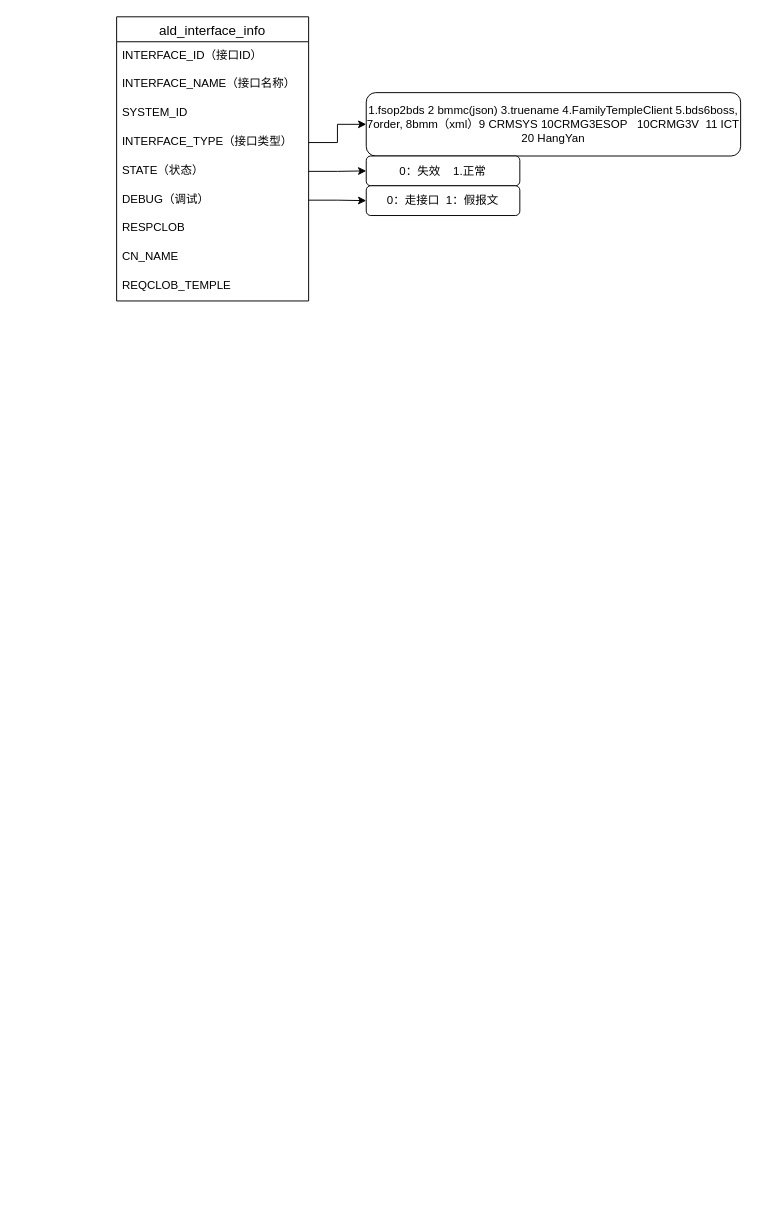
Above: newland.drawio in cuitao1998/diagram (draw.io), before the change. Source tidied: cells renumbered, new cells numbered last; positions are measured from the earlier drawing's top-left corner, leaving out a move shared by most shapes. Both pictures are drawn from the tidied source at 96%, with x=0, y=0 at pixel (116, 16).
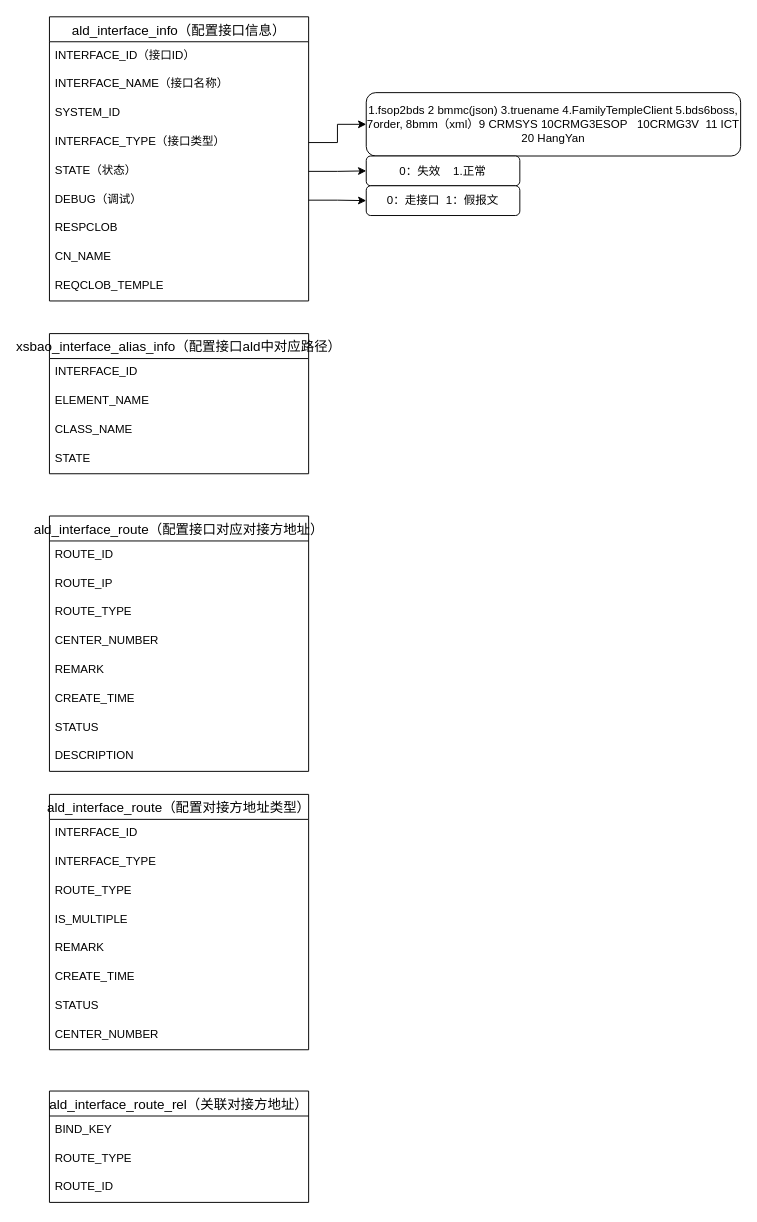
The same diagram, later.

What changed in the source:
```diff
@@
-    <mxCell id="2" value="ald_interface_info" style="swimlane;fontStyle=0;horizontal=1;startSize=26;align=center;fontSize=14;" parent="1" vertex="1">
-      <mxGeometry width="200" height="296" as="geometry" />
+    <mxCell id="2" value="ald_interface_info（配置接口信息）" style="swimlane;fontStyle=0;horizontal=1;startSize=26;align=center;fontSize=14;" parent="1" vertex="1">
+      <mxGeometry x="-70" width="270" height="296" as="geometry" />
     </mxCell>
     <mxCell id="3" value="INTERFACE_ID（接口ID）" style="text;strokeColor=none;fillColor=none;spacingLeft=4;spacingRight=4;overflow=hidden;fontSize=12;" parent="2" vertex="1">
-      <mxGeometry y="26" width="200" height="30" as="geometry" />
+      <mxGeometry y="26" width="270" height="30" as="geometry" />
     </mxCell>
     <mxCell id="4" value="INTERFACE_NAME（接口名称）" style="text;strokeColor=none;fillColor=none;spacingLeft=4;spacingRight=4;overflow=hidden;fontSize=12;" parent="2" vertex="1">
-      <mxGeometry y="56" width="200" height="30" as="geometry" />
+      <mxGeometry y="56" width="270" height="30" as="geometry" />
     </mxCell>
     <mxCell id="5" value="SYSTEM_ID" style="text;strokeColor=none;fillColor=none;spacingLeft=4;spacingRight=4;overflow=hidden;fontSize=12;" parent="2" vertex="1">
-      <mxGeometry y="86" width="200" height="30" as="geometry" />
+      <mxGeometry y="86" width="270" height="30" as="geometry" />
     </mxCell>
     <mxCell id="6" value="INTERFACE_TYPE（接口类型）" style="text;strokeColor=none;fillColor=none;spacingLeft=4;spacingRight=4;overflow=hidden;points=[[0,0.5],[1,0.5]];portConstraint=eastwest;fontSize=12;" parent="2" vertex="1">
-      <mxGeometry y="116" width="200" height="30" as="geometry" />
+      <mxGeometry y="116" width="270" height="30" as="geometry" />
     </mxCell>
     <mxCell id="7" value="STATE（状态）" style="text;strokeColor=none;fillColor=none;spacingLeft=4;spacingRight=4;overflow=hidden;points=[[0,0.5],[1,0.5]];portConstraint=eastwest;fontSize=12;" parent="2" vertex="1">
-      <mxGeometry y="146" width="200" height="30" as="geometry" />
+      <mxGeometry y="146" width="270" height="30" as="geometry" />
     </mxCell>
     <mxCell id="8" value="DEBUG（调试）" style="text;strokeColor=none;fillColor=none;spacingLeft=4;spacingRight=4;overflow=hidden;points=[[0,0.5],[1,0.5]];portConstraint=eastwest;fontSize=12;" parent="2" vertex="1">
-      <mxGeometry y="176" width="200" height="30" as="geometry" />
+      <mxGeometry y="176" width="270" height="30" as="geometry" />
     </mxCell>
     <mxCell id="9" value="RESPCLOB" style="text;strokeColor=none;fillColor=none;spacingLeft=4;spacingRight=4;overflow=hidden;fontSize=12;" parent="2" vertex="1">
-      <mxGeometry y="206" width="200" height="30" as="geometry" />
+      <mxGeometry y="206" width="270" height="30" as="geometry" />
     </mxCell>
     <mxCell id="10" value="CN_NAME" style="text;strokeColor=none;fillColor=none;spacingLeft=4;spacingRight=4;overflow=hidden;fontSize=12;" parent="2" vertex="1">
-      <mxGeometry y="236" width="200" height="30" as="geometry" />
+      <mxGeometry y="236" width="270" height="30" as="geometry" />
     </mxCell>
     <mxCell id="11" value="REQCLOB_TEMPLE" style="text;strokeColor=none;fillColor=none;spacingLeft=4;spacingRight=4;overflow=hidden;fontSize=12;" parent="2" vertex="1">
-      <mxGeometry y="266" width="200" height="30" as="geometry" />
+      <mxGeometry y="266" width="270" height="30" as="geometry" />
     </mxCell>
@@
+    <mxCell id="18" value="xsbao_interface_alias_info（配置接口ald中对应路径）" style="swimlane;fontStyle=0;horizontal=1;startSize=26;align=center;fontSize=14;" parent="1" vertex="1">
+      <mxGeometry x="-70" y="330" width="270" height="146" as="geometry" />
+    </mxCell>
+    <mxCell id="19" value="INTERFACE_ID" style="text;strokeColor=none;fillColor=none;spacingLeft=4;spacingRight=4;overflow=hidden;fontSize=12;" parent="18" vertex="1">
+      <mxGeometry y="26" width="270" height="30" as="geometry" />
+    </mxCell>
+    <mxCell id="20" value="ELEMENT_NAME" style="text;strokeColor=none;fillColor=none;spacingLeft=4;spacingRight=4;overflow=hidden;fontSize=12;" parent="18" vertex="1">
+      <mxGeometry y="56" width="270" height="30" as="geometry" />
+    </mxCell>
+    <mxCell id="21" value="CLASS_NAME" style="text;strokeColor=none;fillColor=none;spacingLeft=4;spacingRight=4;overflow=hidden;fontSize=12;" parent="18" vertex="1">
+      <mxGeometry y="86" width="270" height="30" as="geometry" />
+    </mxCell>
+    <mxCell id="22" value="STATE" style="text;strokeColor=none;fillColor=none;spacingLeft=4;spacingRight=4;overflow=hidden;fontSize=12;" parent="18" vertex="1">
+      <mxGeometry y="116" width="270" height="30" as="geometry" />
+    </mxCell>
+    <mxCell id="23" value="ald_interface_route（配置接口对应对接方地址）" style="swimlane;fontStyle=0;horizontal=1;startSize=26;align=center;fontSize=14;" parent="1" vertex="1">
+      <mxGeometry x="-70" y="520" width="270" height="266" as="geometry" />
+    </mxCell>
+    <mxCell id="24" value="ROUTE_ID" style="text;strokeColor=none;fillColor=none;spacingLeft=4;spacingRight=4;overflow=hidden;fontSize=12;" parent="23" vertex="1">
+      <mxGeometry y="26" width="270" height="30" as="geometry" />
+    </mxCell>
+    <mxCell id="25" value="ROUTE_IP" style="text;strokeColor=none;fillColor=none;spacingLeft=4;spacingRight=4;overflow=hidden;fontSize=12;" parent="23" vertex="1">
+      <mxGeometry y="56" width="270" height="30" as="geometry" />
+    </mxCell>
+    <mxCell id="26" value="ROUTE_TYPE" style="text;strokeColor=none;fillColor=none;spacingLeft=4;spacingRight=4;overflow=hidden;fontSize=12;" parent="23" vertex="1">
+      <mxGeometry y="86" width="270" height="30" as="geometry" />
+    </mxCell>
+    <mxCell id="27" value="CENTER_NUMBER" style="text;strokeColor=none;fillColor=none;spacingLeft=4;spacingRight=4;overflow=hidden;fontSize=12;" parent="23" vertex="1">
+      <mxGeometry y="116" width="270" height="30" as="geometry" />
+    </mxCell>
+    <mxCell id="28" value="REMARK" style="text;strokeColor=none;fillColor=none;spacingLeft=4;spacingRight=4;overflow=hidden;fontSize=12;" parent="23" vertex="1">
+      <mxGeometry y="146" width="270" height="30" as="geometry" />
+    </mxCell>
+    <mxCell id="29" value="CREATE_TIME" style="text;strokeColor=none;fillColor=none;spacingLeft=4;spacingRight=4;overflow=hidden;fontSize=12;" parent="23" vertex="1">
+      <mxGeometry y="176" width="270" height="30" as="geometry" />
+    </mxCell>
+    <mxCell id="30" value="STATUS" style="text;strokeColor=none;fillColor=none;spacingLeft=4;spacingRight=4;overflow=hidden;fontSize=12;" parent="23" vertex="1">
+      <mxGeometry y="206" width="270" height="30" as="geometry" />
+    </mxCell>
+    <mxCell id="31" value="DESCRIPTION" style="text;strokeColor=none;fillColor=none;spacingLeft=4;spacingRight=4;overflow=hidden;fontSize=12;" parent="23" vertex="1">
+      <mxGeometry y="236" width="270" height="30" as="geometry" />
+    </mxCell>
+    <mxCell id="32" value="ald_interface_route（配置对接方地址类型）" style="swimlane;fontStyle=0;horizontal=1;startSize=26;align=center;fontSize=14;" parent="1" vertex="1">
+      <mxGeometry x="-70" y="810" width="270" height="266" as="geometry" />
+    </mxCell>
+    <mxCell id="33" value="INTERFACE_ID" style="text;strokeColor=none;fillColor=none;spacingLeft=4;spacingRight=4;overflow=hidden;fontSize=12;" parent="32" vertex="1">
+      <mxGeometry y="26" width="270" height="30" as="geometry" />
+    </mxCell>
+    <mxCell id="34" value="INTERFACE_TYPE" style="text;strokeColor=none;fillColor=none;spacingLeft=4;spacingRight=4;overflow=hidden;fontSize=12;" parent="32" vertex="1">
+      <mxGeometry y="56" width="270" height="30" as="geometry" />
+    </mxCell>
+    <mxCell id="35" value="ROUTE_TYPE" style="text;strokeColor=none;fillColor=none;spacingLeft=4;spacingRight=4;overflow=hidden;fontSize=12;" parent="32" vertex="1">
+      <mxGeometry y="86" width="270" height="30" as="geometry" />
+    </mxCell>
+    <mxCell id="36" value="IS_MULTIPLE" style="text;strokeColor=none;fillColor=none;spacingLeft=4;spacingRight=4;overflow=hidden;fontSize=12;" parent="32" vertex="1">
+      <mxGeometry y="116" width="270" height="30" as="geometry" />
+    </mxCell>
+    <mxCell id="37" value="REMARK" style="text;strokeColor=none;fillColor=none;spacingLeft=4;spacingRight=4;overflow=hidden;fontSize=12;" parent="32" vertex="1">
+      <mxGeometry y="146" width="270" height="30" as="geometry" />
+    </mxCell>
+    <mxCell id="38" value="CREATE_TIME" style="text;strokeColor=none;fillColor=none;spacingLeft=4;spacingRight=4;overflow=hidden;fontSize=12;" parent="32" vertex="1">
+      <mxGeometry y="176" width="270" height="30" as="geometry" />
+    </mxCell>
+    <mxCell id="39" value="STATUS" style="text;strokeColor=none;fillColor=none;spacingLeft=4;spacingRight=4;overflow=hidden;fontSize=12;" parent="32" vertex="1">
+      <mxGeometry y="206" width="270" height="30" as="geometry" />
+    </mxCell>
+    <mxCell id="40" value="CENTER_NUMBER" style="text;strokeColor=none;fillColor=none;spacingLeft=4;spacingRight=4;overflow=hidden;fontSize=12;" parent="32" vertex="1">
+      <mxGeometry y="236" width="270" height="30" as="geometry" />
+    </mxCell>
+    <mxCell id="41" value="ald_interface_route_rel（关联对接方地址）" style="swimlane;fontStyle=0;horizontal=1;startSize=26;align=center;fontSize=14;" parent="1" vertex="1">
+      <mxGeometry x="-70" y="1119" width="270" height="116" as="geometry" />
+    </mxCell>
+    <mxCell id="42" value="BIND_KEY" style="text;strokeColor=none;fillColor=none;spacingLeft=4;spacingRight=4;overflow=hidden;fontSize=12;" parent="41" vertex="1">
+      <mxGeometry y="26" width="270" height="30" as="geometry" />
+    </mxCell>
+    <mxCell id="43" value="ROUTE_TYPE" style="text;strokeColor=none;fillColor=none;spacingLeft=4;spacingRight=4;overflow=hidden;fontSize=12;" parent="41" vertex="1">
+      <mxGeometry y="56" width="270" height="30" as="geometry" />
+    </mxCell>
+    <mxCell id="44" value="ROUTE_ID" style="text;strokeColor=none;fillColor=none;spacingLeft=4;spacingRight=4;overflow=hidden;fontSize=12;" parent="41" vertex="1">
+      <mxGeometry y="86" width="270" height="30" as="geometry" />
+    </mxCell>
```
